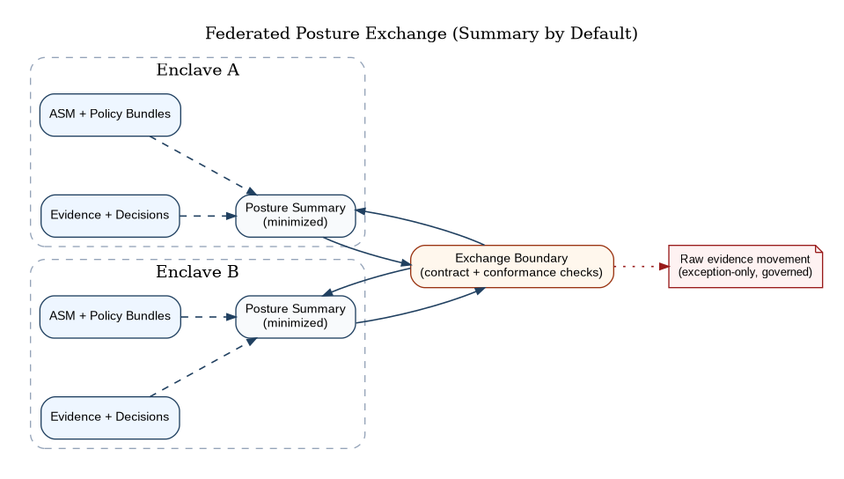
This is papers/caf-ra/diagrams/caf_federation_exchange.png from anboas/Whitepaper, a Graphviz export, as it was before one commit. Its source is kept beside it as papers/caf-ra/diagrams-src/caf_federation_exchange.dot. Source of this version:
```dot
digraph CAFFederation {
  rankdir=LR;
  graph [bgcolor="white", pad="0.25", nodesep="0.7", ranksep="0.65", labelloc="t", label="Federated Posture Exchange (Summary by Default)"];
  node [shape=box, style="rounded,filled", fillcolor="#F8FAFC", color="#204060", fontname="Arial", fontsize=10.5];
  edge [color="#204060", arrowsize=0.75, penwidth=1.2];

  subgraph cluster_a {
    label="Enclave A";
    color="#94A3B8";
    style="rounded,dashed";
    APolicy [label="ASM + Policy Bundles", fillcolor="#EEF6FF"];
    AEvidence [label="Evidence + Decisions", fillcolor="#EEF6FF"];
    ASummary [label="Posture Summary\n(minimized)"];
  }

  Broker [label="Exchange Boundary\n(contract + conformance checks)", fillcolor="#FFF7ED", color="#9A3412"];

  subgraph cluster_b {
    label="Enclave B";
    color="#94A3B8";
    style="rounded,dashed";
    BPolicy [label="ASM + Policy Bundles", fillcolor="#EEF6FF"];
    BEvidence [label="Evidence + Decisions", fillcolor="#EEF6FF"];
    BSummary [label="Posture Summary\n(minimized)"];
  }

  ASummary -> Broker -> BSummary;
  BSummary -> Broker -> ASummary;

  APolicy -> ASummary [style=dashed];
  AEvidence -> ASummary [style=dashed];
  BPolicy -> BSummary [style=dashed];
  BEvidence -> BSummary [style=dashed];

  RawMove [label="Raw evidence movement\n(exception-only, governed)", shape=note, fillcolor="#FEF2F2", color="#991B1B", fontname="Arial", fontsize=10];
  Broker -> RawMove [style=dotted, color="#991B1B"];
}
```
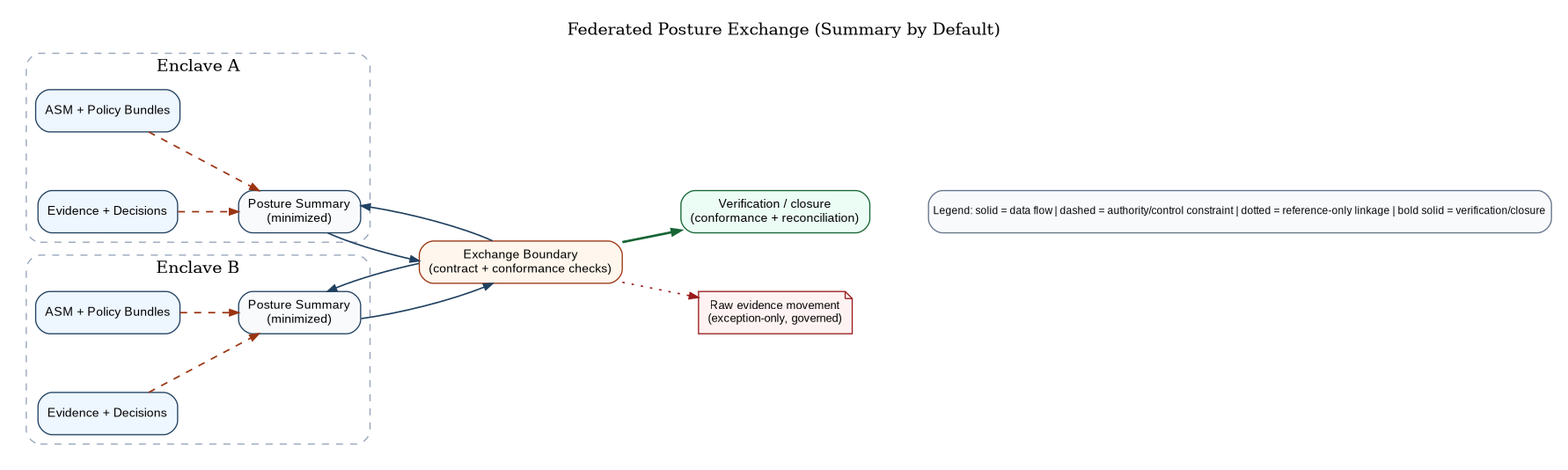
Later version of the same file.

Diff of the diagram source:
```diff
@@ -1,8 +1,16 @@
 digraph CAFFederation {
   rankdir=LR;
-  graph [bgcolor="white", pad="0.25", nodesep="0.7", ranksep="0.65", labelloc="t", label="Federated Posture Exchange (Summary by Default)"];
-  node [shape=box, style="rounded,filled", fillcolor="#F8FAFC", color="#204060", fontname="Arial", fontsize=10.5];
-  edge [color="#204060", arrowsize=0.75, penwidth=1.2];
+  graph [
+    bgcolor="white",
+    pad="0.20",
+    nodesep="0.70",
+    ranksep="0.70",
+    labelloc="t",
+    label="Federated Posture Exchange (Summary by Default)"
+  ];
+
+  node [shape=box, style="rounded,filled", fillcolor="#F8FAFC", color="#204060", fontname="Arial", fontsize=10.8];
+  edge [color="#204060", arrowsize=0.75, penwidth=1.25];
 
   subgraph cluster_a {
     label="Enclave A";
@@ -24,14 +32,33 @@
     BSummary [label="Posture Summary\n(minimized)"];
   }
 
-  ASummary -> Broker -> BSummary;
-  BSummary -> Broker -> ASummary;
+  ASummary -> Broker;
+  Broker -> BSummary;
+  BSummary -> Broker;
+  Broker -> ASummary;
 
-  APolicy -> ASummary [style=dashed];
-  AEvidence -> ASummary [style=dashed];
-  BPolicy -> BSummary [style=dashed];
-  BEvidence -> BSummary [style=dashed];
+  APolicy -> ASummary [style=dashed, color="#9A3412", penwidth=1.3];
+  AEvidence -> ASummary [style=dashed, color="#9A3412", penwidth=1.3];
+  BPolicy -> BSummary [style=dashed, color="#9A3412", penwidth=1.3];
+  BEvidence -> BSummary [style=dashed, color="#9A3412", penwidth=1.3];
+
+  Conformance [label="Verification / closure\n(conformance + reconciliation)", fillcolor="#ECFDF5", color="#166534"];
+  Broker -> Conformance [style=bold, color="#166534", penwidth=2.0];
 
   RawMove [label="Raw evidence movement\n(exception-only, governed)", shape=note, fillcolor="#FEF2F2", color="#991B1B", fontname="Arial", fontsize=10];
   Broker -> RawMove [style=dotted, color="#991B1B"];
+
+  Legend [
+    shape=box,
+    style="rounded,filled",
+    fillcolor="#F8FAFC",
+    color="#64748B",
+    fontname="Arial",
+    fontsize=8.8,
+    margin="0.06,0.05",
+    label="Legend: solid = data flow | dashed = authority/control constraint | dotted = reference-only linkage | bold solid = verification/closure"
+  ];
+
+  { rank=sink; Legend; }
+  Conformance -> Legend [style=invis, weight=0.01, constraint=false];
 }
```
